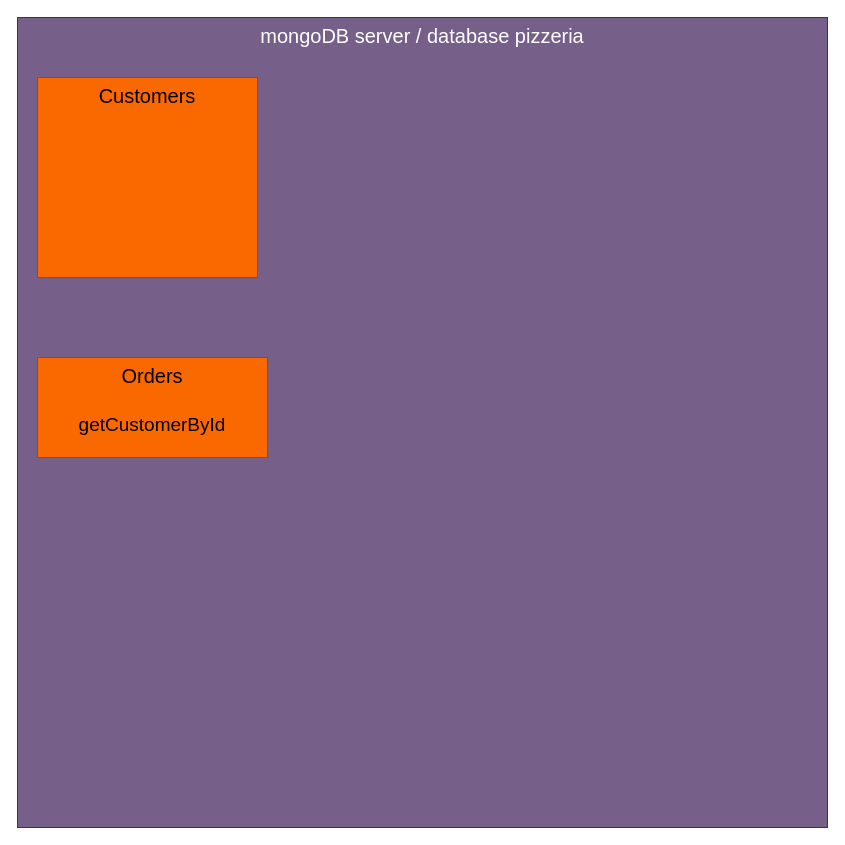
Before: pizzeria.drawio in OllinDesigns/Databases-Mongo-and-mySql, a draw.io diagram. Source tidied: cells renumbered, new cells numbered last; positions are measured from the earlier drawing's top-left corner, leaving out a move shared by most shapes. Both pictures are drawn from the tidied source at 100%, with x=0, y=0 at pixel (17, 17).
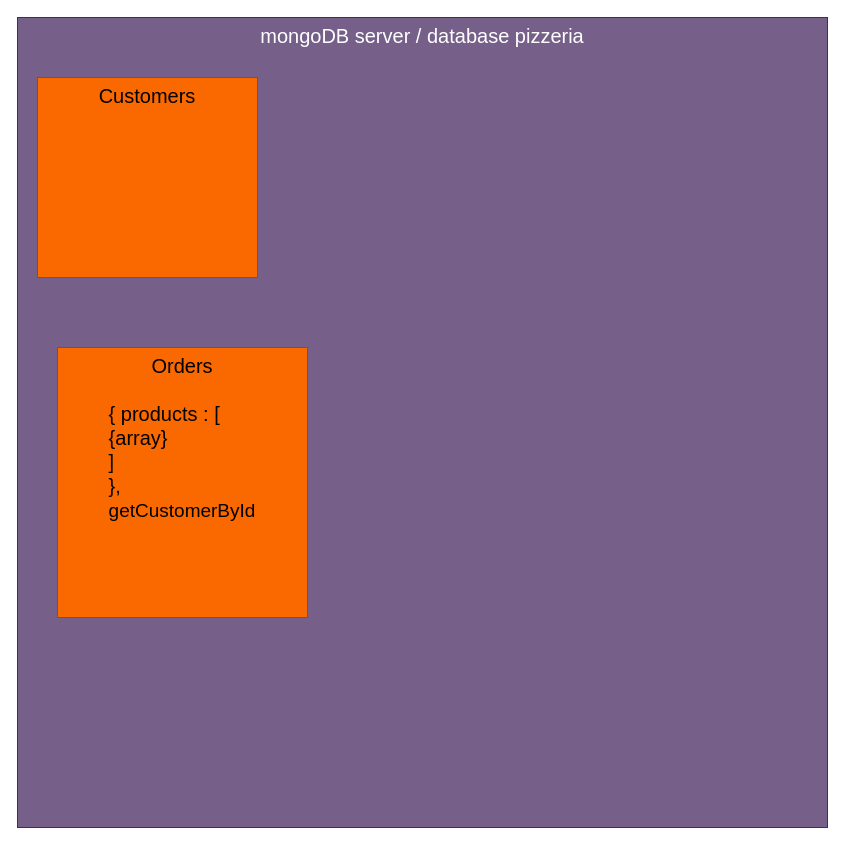
After the change.

Change to the diagram source:
```diff
@@
 <mxGraphModel>
   <root>
     <mxCell id="0" />
     <mxCell id="1" parent="0" />
     <mxCell id="2" style="rounded=0;whiteSpace=wrap;html=1;sketch=1;hachureGap=4;jiggle=2;curveFitting=1;fontFamily=Architects Daughter;fontSize=20;" parent="1" vertex="1">
       <mxGeometry x="330" y="350" width="120" height="60" as="geometry" />
     </mxCell>
     <mxCell id="3" value="&lt;font face=&quot;Helvetica&quot;&gt;mongoDB server / database pizzeria&lt;br&gt;&lt;/font&gt;" style="rounded=0;whiteSpace=wrap;html=1;hachureGap=4;fontFamily=Architects Daughter;fontSize=20;fillColor=#76608a;fontColor=#ffffff;strokeColor=#432D57;verticalAlign=top;" parent="1" vertex="1">
       <mxGeometry width="810" height="810" as="geometry" />
     </mxCell>
     <mxCell id="4" value="&lt;font face=&quot;Helvetica&quot;&gt;Customers&lt;/font&gt;" style="rounded=0;whiteSpace=wrap;html=1;hachureGap=4;fontFamily=Architects Daughter;fontSize=20;fillColor=#fa6800;fontColor=#000000;strokeColor=#C73500;verticalAlign=top;" parent="1" vertex="1">
       <mxGeometry x="20" y="60" width="220" height="200" as="geometry" />
     </mxCell>
-    <mxCell id="5" value="&lt;div&gt;Orders&lt;/div&gt;&lt;div&gt;&lt;br&gt;&lt;/div&gt;&lt;div&gt;&lt;font style=&quot;font-size: 19px;&quot;&gt;getCustomerById&lt;/font&gt;&lt;br&gt;&lt;/div&gt;" style="rounded=0;whiteSpace=wrap;html=1;hachureGap=4;fontFamily=Helvetica;fontSize=20;fillColor=#fa6800;fontColor=#000000;strokeColor=#C73500;verticalAlign=top;" parent="1" vertex="1">
-      <mxGeometry x="20" y="340" width="230" height="100" as="geometry" />
+    <mxCell id="5" value="&lt;div&gt;Orders&lt;/div&gt;&lt;div&gt;&lt;br&gt;&lt;/div&gt;&lt;div align=&quot;left&quot;&gt;{ products : [&lt;/div&gt;&lt;div align=&quot;left&quot;&gt;{array} &lt;br&gt;&lt;/div&gt;&lt;div align=&quot;left&quot;&gt;]&lt;br&gt;&lt;/div&gt;&lt;div align=&quot;left&quot;&gt;},&lt;br&gt;&lt;/div&gt;&lt;div align=&quot;left&quot;&gt;&lt;font style=&quot;font-size: 19px;&quot;&gt;getCustomerById&lt;/font&gt;&lt;br&gt;&lt;/div&gt;" style="rounded=0;whiteSpace=wrap;html=1;hachureGap=4;fontFamily=Helvetica;fontSize=20;fillColor=#fa6800;fontColor=#000000;strokeColor=#C73500;verticalAlign=top;" parent="1" vertex="1">
+      <mxGeometry x="40" y="330" width="250" height="270" as="geometry" />
     </mxCell>
   </root>
 </mxGraphModel>
```
